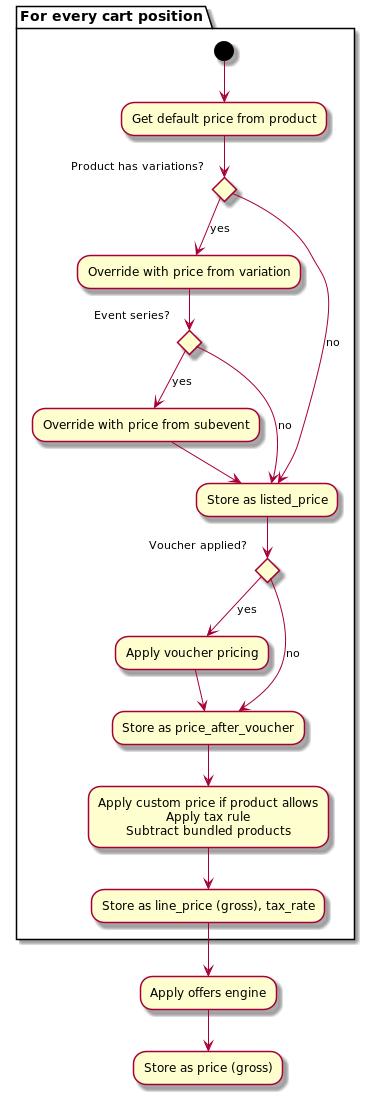
The PlantUML diagram doc/images/cart_pricing.png in pretix/pretix, before a commit.
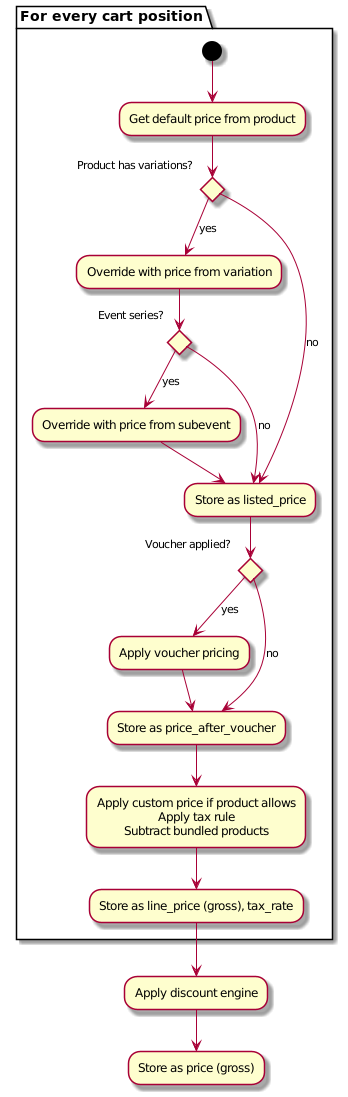
The same diagram one commit later.

What changed in the source:
```diff
@@ -22,7 +22,7 @@
     --> "Apply custom price if product allows\nApply tax rule\nSubtract bundled products"
     --> "Store as line_price (gross), tax_rate"
 }
---> "Apply offers engine"
+--> "Apply discount engine"
 --> "Store as price (gross)"
 
 @enduml
```
